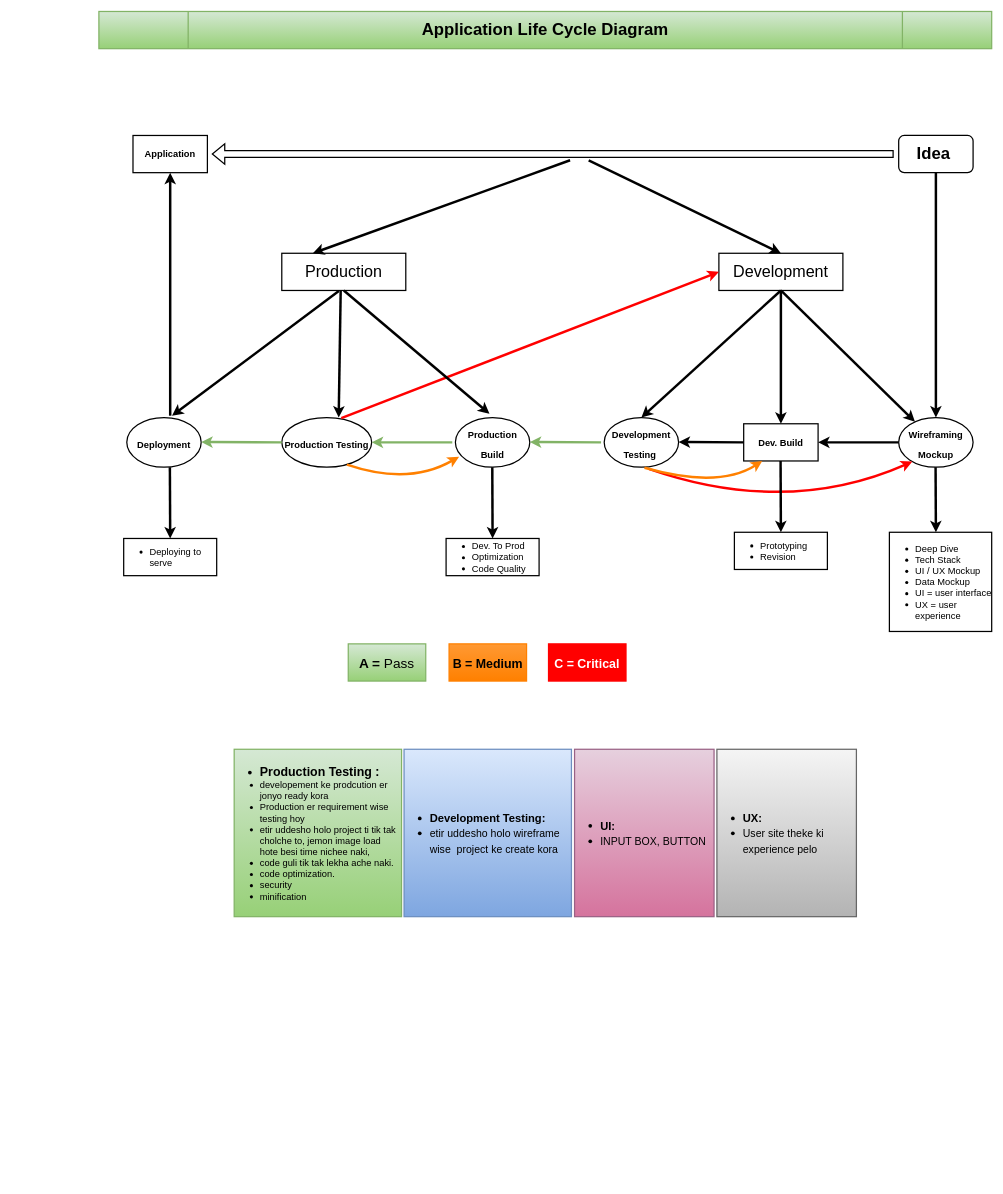
Before: page "Page-3" (2 of 4) of Untitled Diagram.drawio in MaidulSk/test_demo, a draw.io diagram. Source tidied: cells renumbered, new cells numbered last; positions are measured from the earlier drawing's top-left corner, leaving out a move shared by most shapes. Both pictures are drawn from the tidied source at 62%, with x=0, y=0 at pixel (99, 11).
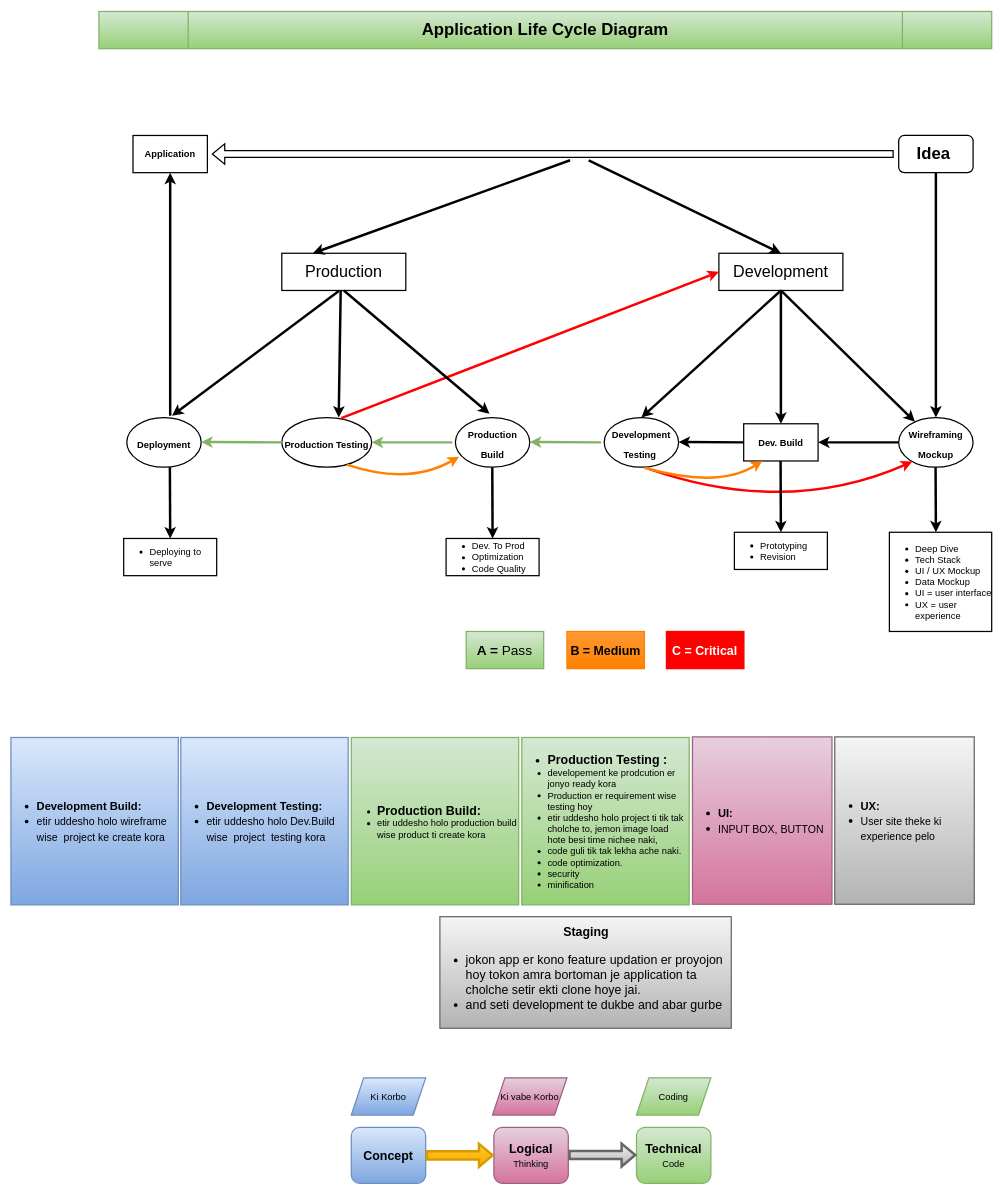
After the change.

What changed in the source:
```diff
@@
     <mxCell id="26" value="&lt;font style=&quot;font-size: 22px&quot;&gt;&lt;b&gt;A = &lt;/b&gt;Pass&lt;/font&gt;" style="rounded=0;whiteSpace=wrap;html=1;fontSize=26;strokeWidth=2;align=center;fillColor=#d5e8d4;gradientColor=#97d077;strokeColor=#82b366;" parent="1" vertex="1">
-      <mxGeometry x="402.2" y="1020" width="125" height="60" as="geometry" />
+      <mxGeometry x="592.4" y="1000" width="125" height="60" as="geometry" />
     </mxCell>
     <mxCell id="27" value="&lt;font size=&quot;1&quot;&gt;&lt;b style=&quot;font-size: 20px&quot;&gt;B = Medium&lt;/b&gt;&lt;/font&gt;" style="rounded=0;whiteSpace=wrap;html=1;fontSize=26;strokeWidth=2;align=center;fillColor=#FF9933;strokeColor=#FF8000;gradientColor=#FF8000;" parent="1" vertex="1">
-      <mxGeometry x="564.8" y="1020" width="125" height="60" as="geometry" />
+      <mxGeometry x="754.9" y="1000" width="125" height="60" as="geometry" />
     </mxCell>
     <mxCell id="28" value="&lt;font size=&quot;1&quot; color=&quot;#ffffff&quot;&gt;&lt;b style=&quot;font-size: 20px&quot;&gt;C = Critical&lt;/b&gt;&lt;/font&gt;" style="rounded=0;whiteSpace=wrap;html=1;fontSize=26;strokeWidth=2;align=center;fillColor=#FF0000;strokeColor=#FF0000;gradientColor=#FF0000;" parent="1" vertex="1">
-      <mxGeometry x="725.2" y="1020" width="125" height="60" as="geometry" />
+      <mxGeometry x="915.4" y="1000" width="125" height="60" as="geometry" />
     </mxCell>
@@
-    <mxCell id="36" value="&lt;ul&gt;&lt;li&gt;&lt;font size=&quot;1&quot;&gt;&lt;b style=&quot;font-size: 18px&quot;&gt;Development Testing:&amp;nbsp;&lt;/b&gt;&lt;/font&gt;&lt;/li&gt;&lt;li&gt;&lt;font style=&quot;font-size: 17px&quot;&gt;etir uddesho holo wireframe wise&amp;nbsp; project ke create kora&amp;nbsp;&lt;/font&gt;&lt;/li&gt;&lt;/ul&gt;" style="rounded=0;whiteSpace=wrap;html=1;fontSize=20;strokeWidth=2;align=left;fillColor=#dae8fc;gradientColor=#7ea6e0;strokeColor=#6c8ebf;" parent="1" vertex="1">
-      <mxGeometry x="492.2" y="1190" width="270" height="270" as="geometry" />
+    <mxCell id="36" value="&lt;ul&gt;&lt;li&gt;&lt;font size=&quot;1&quot;&gt;&lt;b style=&quot;font-size: 18px&quot;&gt;Development Testing:&amp;nbsp;&lt;/b&gt;&lt;/font&gt;&lt;/li&gt;&lt;li&gt;&lt;font style=&quot;font-size: 17px&quot;&gt;etir uddesho holo Dev.Build wise&amp;nbsp; project&amp;nbsp; testing kora&lt;/font&gt;&lt;/li&gt;&lt;/ul&gt;" style="rounded=0;whiteSpace=wrap;html=1;fontSize=20;strokeWidth=2;align=left;fillColor=#dae8fc;gradientColor=#7ea6e0;strokeColor=#6c8ebf;" parent="1" vertex="1">
+      <mxGeometry x="132.1" y="1171" width="270" height="270" as="geometry" />
     </mxCell>
@@
     <mxCell id="38" value="&lt;ul&gt;&lt;li&gt;&lt;b&gt;&lt;font style=&quot;font-size: 20px&quot;&gt;Production Testing :&lt;/font&gt;&lt;/b&gt;&lt;/li&gt;&lt;li style=&quot;font-size: 15px&quot;&gt;developement ke prodcution er jonyo ready kora&lt;/li&gt;&lt;li style=&quot;font-size: 15px&quot;&gt;Production er requirement wise testing hoy&lt;/li&gt;&lt;li style=&quot;font-size: 15px&quot;&gt;&lt;font style=&quot;font-size: 15px&quot;&gt;etir uddesho holo project ti tik tak cholche to, jemon image load hote besi time nichee naki,&amp;nbsp;&lt;/font&gt;&lt;/li&gt;&lt;li style=&quot;font-size: 15px&quot;&gt;&lt;font style=&quot;font-size: 15px&quot;&gt;code guli tik tak lekha ache naki.&lt;/font&gt;&lt;/li&gt;&lt;li style=&quot;font-size: 15px&quot;&gt;&lt;font style=&quot;font-size: 15px&quot;&gt;code optimization.&lt;/font&gt;&lt;/li&gt;&lt;li style=&quot;font-size: 15px&quot;&gt;&lt;font style=&quot;font-size: 15px&quot;&gt;security&lt;/font&gt;&lt;/li&gt;&lt;li style=&quot;font-size: 15px&quot;&gt;&lt;font style=&quot;font-size: 15px&quot;&gt;minification&lt;/font&gt;&lt;/li&gt;&lt;/ul&gt;" style="rounded=0;whiteSpace=wrap;html=1;fontSize=20;strokeWidth=2;align=left;fillColor=#d5e8d4;gradientColor=#97d077;strokeColor=#82b366;" parent="1" vertex="1">
-      <mxGeometry x="218.2" y="1190" width="270" height="270" as="geometry" />
+      <mxGeometry x="682.1" y="1171" width="270" height="270" as="geometry" />
     </mxCell>
@@
     <mxCell id="40" value="&lt;ul&gt;&lt;li&gt;&lt;font size=&quot;1&quot;&gt;&lt;b style=&quot;font-size: 18px&quot;&gt;UI:&amp;nbsp;&lt;/b&gt;&lt;/font&gt;&lt;/li&gt;&lt;li&gt;&lt;font style=&quot;font-size: 17px&quot;&gt;INPUT BOX, BUTTON&lt;/font&gt;&lt;/li&gt;&lt;/ul&gt;" style="rounded=0;whiteSpace=wrap;html=1;fontSize=20;strokeWidth=2;align=left;fillColor=#e6d0de;gradientColor=#d5739d;strokeColor=#996185;" parent="1" vertex="1">
-      <mxGeometry x="767.2" y="1190" width="225" height="270" as="geometry" />
+      <mxGeometry x="957.4" y="1170" width="225" height="270" as="geometry" />
     </mxCell>
     <mxCell id="41" value="&lt;ul&gt;&lt;li&gt;&lt;font size=&quot;1&quot;&gt;&lt;b style=&quot;font-size: 18px&quot;&gt;UX:&amp;nbsp;&lt;/b&gt;&lt;/font&gt;&lt;/li&gt;&lt;li&gt;&lt;font style=&quot;font-size: 17px&quot;&gt;User site theke ki experience pelo&lt;/font&gt;&lt;/li&gt;&lt;/ul&gt;" style="rounded=0;whiteSpace=wrap;html=1;fontSize=20;strokeWidth=2;align=left;fillColor=#f5f5f5;gradientColor=#b3b3b3;strokeColor=#666666;" parent="1" vertex="1">
-      <mxGeometry x="996.8" y="1190" width="225" height="270" as="geometry" />
+      <mxGeometry x="1186.9" y="1170" width="225" height="270" as="geometry" />
     </mxCell>
@@
+    <mxCell id="48" value="&lt;div style=&quot;text-align: center&quot;&gt;&lt;span style=&quot;font-size: 20px&quot;&gt;&lt;b&gt;Staging&lt;/b&gt;&lt;/span&gt;&lt;/div&gt;&lt;font style=&quot;font-size: 20px&quot;&gt;&lt;ul&gt;&lt;li&gt;&lt;font style=&quot;font-size: 20px&quot;&gt;jokon app er kono feature updation er proyojon hoy tokon amra bortoman je application ta cholche setir ekti clone hoye jai.&lt;/font&gt;&lt;/li&gt;&lt;li&gt;&lt;font style=&quot;font-size: 20px&quot;&gt;and seti development te dukbe and abar gurbe&lt;/font&gt;&lt;/li&gt;&lt;/ul&gt;&lt;/font&gt;" style="rounded=0;whiteSpace=wrap;html=1;fontSize=26;strokeColor=#666666;strokeWidth=2;fillColor=#f5f5f5;gradientColor=#b3b3b3;align=left;" parent="1" vertex="1">
+      <mxGeometry x="550" y="1460" width="470" height="180" as="geometry" />
+    </mxCell>
+    <mxCell id="49" value="&lt;ul&gt;&lt;li&gt;&lt;font size=&quot;1&quot;&gt;&lt;b style=&quot;font-size: 18px&quot;&gt;Development Build:&amp;nbsp;&lt;/b&gt;&lt;/font&gt;&lt;/li&gt;&lt;li&gt;&lt;font style=&quot;font-size: 17px&quot;&gt;etir uddesho holo wireframe wise&amp;nbsp; project ke create kora&amp;nbsp;&lt;/font&gt;&lt;/li&gt;&lt;/ul&gt;" style="rounded=0;whiteSpace=wrap;html=1;fontSize=20;strokeWidth=2;align=left;fillColor=#dae8fc;gradientColor=#7ea6e0;strokeColor=#6c8ebf;" parent="1" vertex="1">
+      <mxGeometry x="-141.9" y="1171" width="270" height="270" as="geometry" />
+    </mxCell>
+    <mxCell id="50" value="&lt;ul style=&quot;font-size: 15px&quot;&gt;&lt;li&gt;&lt;b&gt;&lt;font style=&quot;font-size: 20px&quot;&gt;Production Build:&lt;/font&gt;&lt;/b&gt;&lt;/li&gt;&lt;li&gt;etir uddesho holo production build wise product ti create kora&lt;/li&gt;&lt;/ul&gt;" style="rounded=0;whiteSpace=wrap;html=1;fontSize=20;strokeWidth=2;align=left;fillColor=#d5e8d4;gradientColor=#97d077;strokeColor=#82b366;" parent="1" vertex="1">
+      <mxGeometry x="407.1" y="1171" width="270" height="270" as="geometry" />
+    </mxCell>
+    <mxCell id="51" value="&lt;b&gt;Concept&lt;/b&gt;" style="rounded=1;whiteSpace=wrap;html=1;fontSize=20;strokeColor=#6c8ebf;strokeWidth=2;fillColor=#dae8fc;gradientColor=#7ea6e0;align=center;" parent="1" vertex="1">
+      <mxGeometry x="407.1" y="1800" width="120" height="90" as="geometry" />
+    </mxCell>
+    <mxCell id="52" value="&lt;b&gt;Logical&lt;/b&gt;&lt;br&gt;&lt;font style=&quot;font-size: 15px&quot;&gt;Thinking&lt;/font&gt;" style="rounded=1;whiteSpace=wrap;html=1;fontSize=20;strokeColor=#996185;strokeWidth=2;fillColor=#e6d0de;gradientColor=#d5739d;align=center;" parent="1" vertex="1">
+      <mxGeometry x="637.1" y="1800" width="120" height="90" as="geometry" />
+    </mxCell>
+    <mxCell id="53" value="&lt;b&gt;Technical&lt;/b&gt;&lt;br&gt;&lt;font style=&quot;font-size: 15px&quot;&gt;Code&lt;/font&gt;" style="rounded=1;whiteSpace=wrap;html=1;fontSize=20;strokeColor=#82b366;strokeWidth=2;fillColor=#d5e8d4;gradientColor=#97d077;align=center;" parent="1" vertex="1">
+      <mxGeometry x="867.1" y="1800" width="120" height="90" as="geometry" />
+    </mxCell>
+    <mxCell id="54" style="shape=flexArrow;endArrow=classic;html=1;rounded=0;fontSize=20;fontColor=#FFFFFF;strokeColor=#d79b00;strokeWidth=4;exitX=1;exitY=0.5;exitDx=0;exitDy=0;fillColor=#ffcd28;gradientColor=#ffa500;entryX=0;entryY=0.5;entryDx=0;entryDy=0;" parent="1" edge="1" source="51" target="52">
+      <mxGeometry relative="1" as="geometry" />
+    </mxCell>
+    <mxCell id="55" style="shape=flexArrow;endArrow=classic;html=1;rounded=0;fontSize=20;fontColor=#FFFFFF;strokeColor=#666666;strokeWidth=4;exitX=1;exitY=0.5;exitDx=0;exitDy=0;fillColor=#f5f5f5;gradientColor=#b3b3b3;" parent="1" edge="1">
+      <mxGeometry relative="1" as="geometry">
+        <mxPoint x="757.1" y="1844.5" as="sourcePoint" />
+        <mxPoint x="867.1" y="1844.5" as="targetPoint" />
+      </mxGeometry>
+    </mxCell>
+    <mxCell id="56" value="Ki Korbo" style="shape=parallelogram;perimeter=parallelogramPerimeter;whiteSpace=wrap;html=1;fixedSize=1;fontSize=15;strokeColor=#6c8ebf;strokeWidth=2;fillColor=#dae8fc;gradientColor=#7ea6e0;align=center;" parent="1" vertex="1">
+      <mxGeometry x="407.1" y="1720" width="120" height="60" as="geometry" />
+    </mxCell>
+    <mxCell id="57" value="Ki vabe Korbo" style="shape=parallelogram;perimeter=parallelogramPerimeter;whiteSpace=wrap;html=1;fixedSize=1;fontSize=15;strokeColor=#996185;strokeWidth=2;fillColor=#e6d0de;gradientColor=#d5739d;align=center;" parent="1" vertex="1">
+      <mxGeometry x="634.9" y="1720" width="120" height="60" as="geometry" />
+    </mxCell>
+    <mxCell id="58" value="Coding" style="shape=parallelogram;perimeter=parallelogramPerimeter;whiteSpace=wrap;html=1;fixedSize=1;fontSize=15;strokeColor=#82b366;strokeWidth=2;fillColor=#d5e8d4;gradientColor=#97d077;align=center;" parent="1" vertex="1">
+      <mxGeometry x="867.1" y="1720" width="120" height="60" as="geometry" />
+    </mxCell>
```
